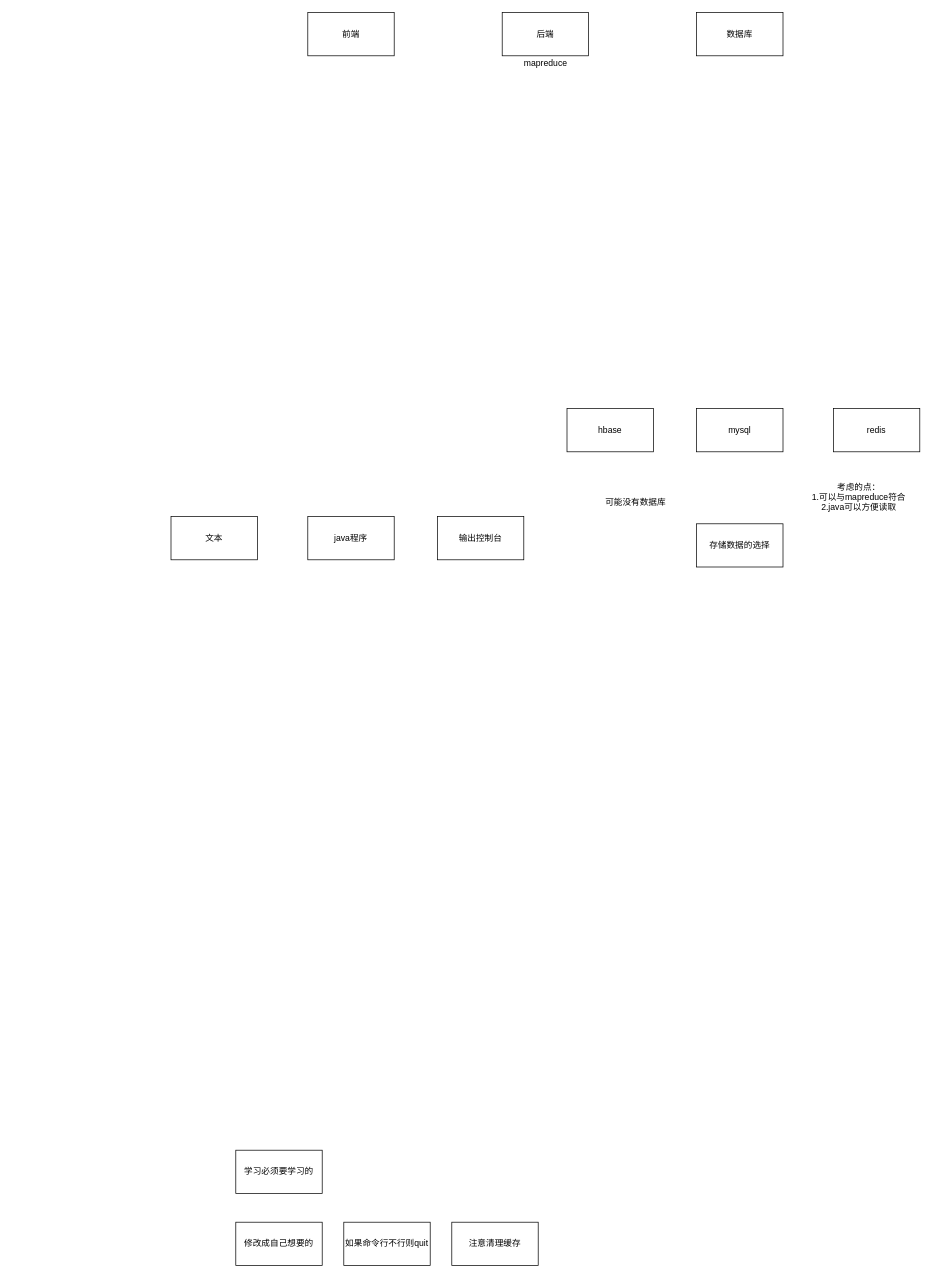
This is bigdata/road.drawio from Canwaiting/note, a draw.io file, before an edit. Source tidied: cells renumbered, new cells numbered last; positions are measured from the earlier drawing's top-left corner, leaving out a move shared by most shapes. Both pictures are drawn from the tidied source at 72%, with x=0, y=0 at pixel (171, 12).
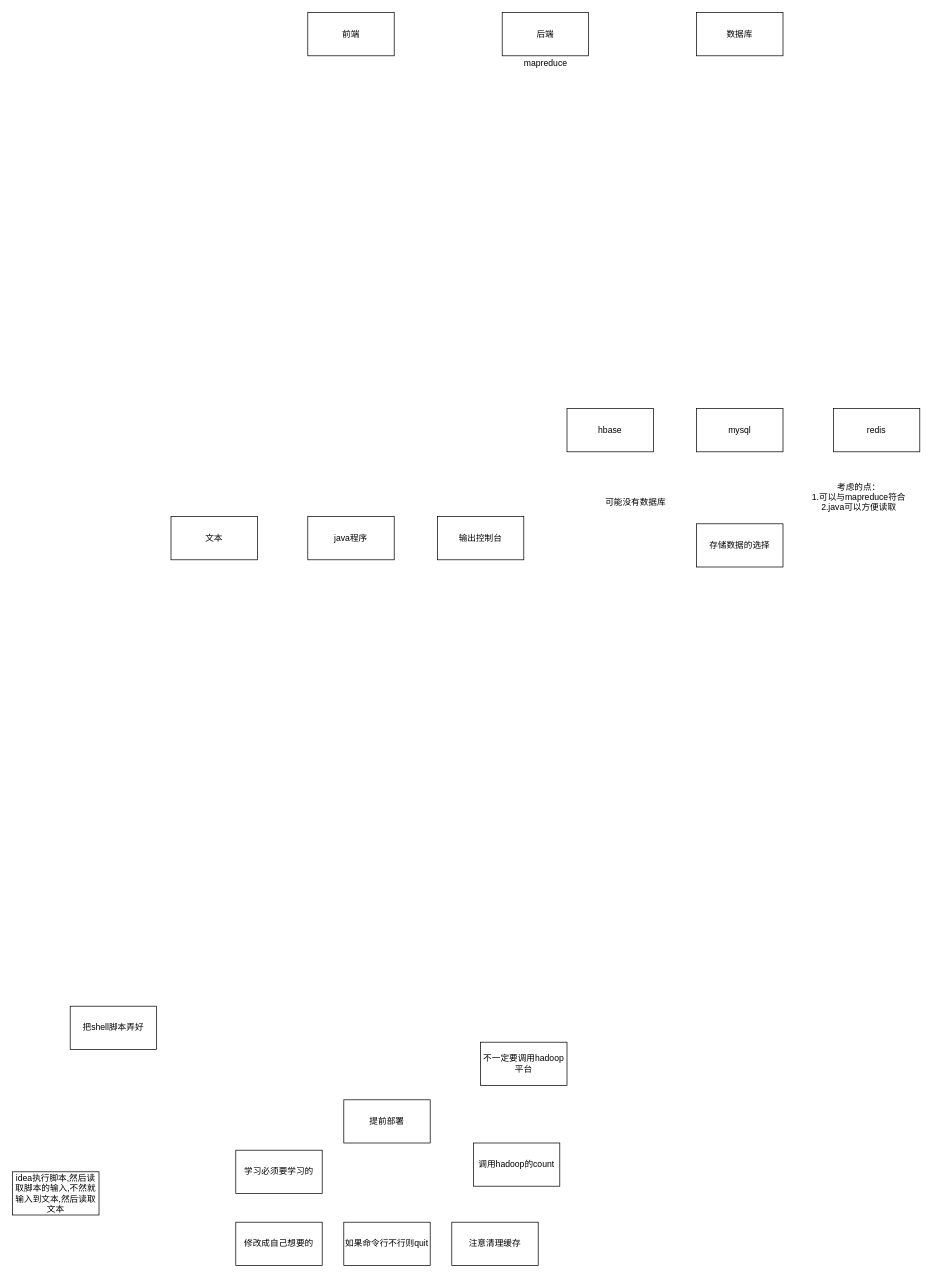
After the change.

The edit, as a diff of the source:
```diff
@@
+    <mxCell id="19" value="调用hadoop的count" style="whiteSpace=wrap;html=1;" parent="1" vertex="1">
+      <mxGeometry x="420" y="1570" width="120" height="60" as="geometry" />
+    </mxCell>
+    <mxCell id="20" value="提前部署" style="whiteSpace=wrap;html=1;" parent="1" vertex="1">
+      <mxGeometry x="240" y="1510" width="120" height="60" as="geometry" />
+    </mxCell>
+    <mxCell id="21" value="不一定要调用hadoop平台" style="whiteSpace=wrap;html=1;" parent="1" vertex="1">
+      <mxGeometry x="430" y="1430" width="120" height="60" as="geometry" />
+    </mxCell>
+    <mxCell id="22" value="把shell脚本弄好" style="whiteSpace=wrap;html=1;" parent="1" vertex="1">
+      <mxGeometry x="-140" y="1380" width="120" height="60" as="geometry" />
+    </mxCell>
+    <mxCell id="23" value="idea执行脚本,然后读取脚本的输入,不然就输入到文本,然后读取文本" style="whiteSpace=wrap;html=1;" parent="1" vertex="1">
+      <mxGeometry x="-220" y="1610" width="120" height="60" as="geometry" />
+    </mxCell>
```
